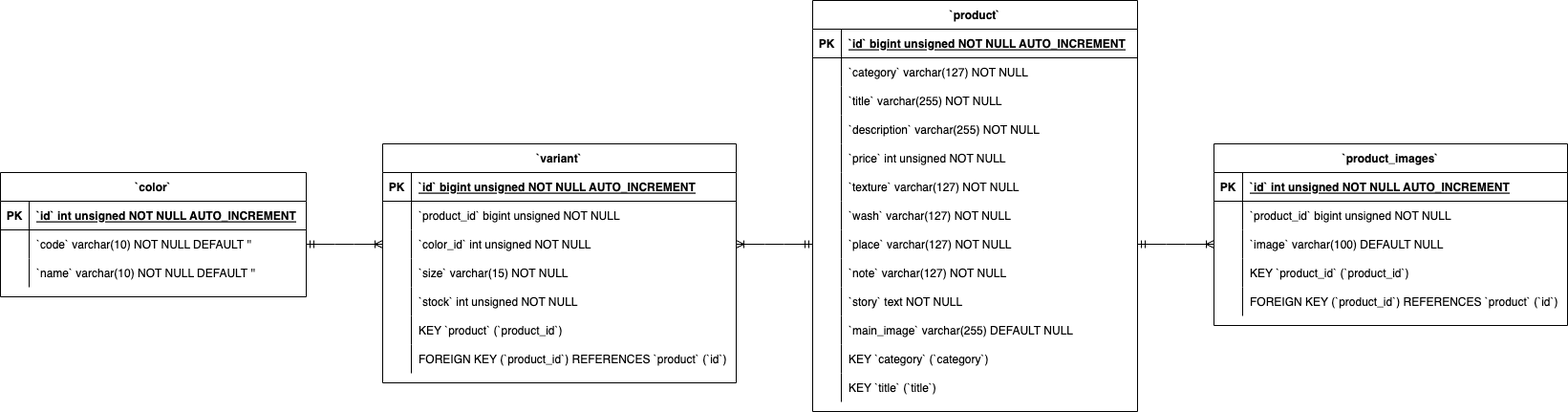
Above: week_4/part-2/ERD_Assignment.png in hokkaidobest/Automation_Test_Side_Project (draw.io), before the change. Source tidied: cells renumbered, new cells last; positions are measured from the earlier drawing's top-left corner, leaving out a move shared by most shapes.
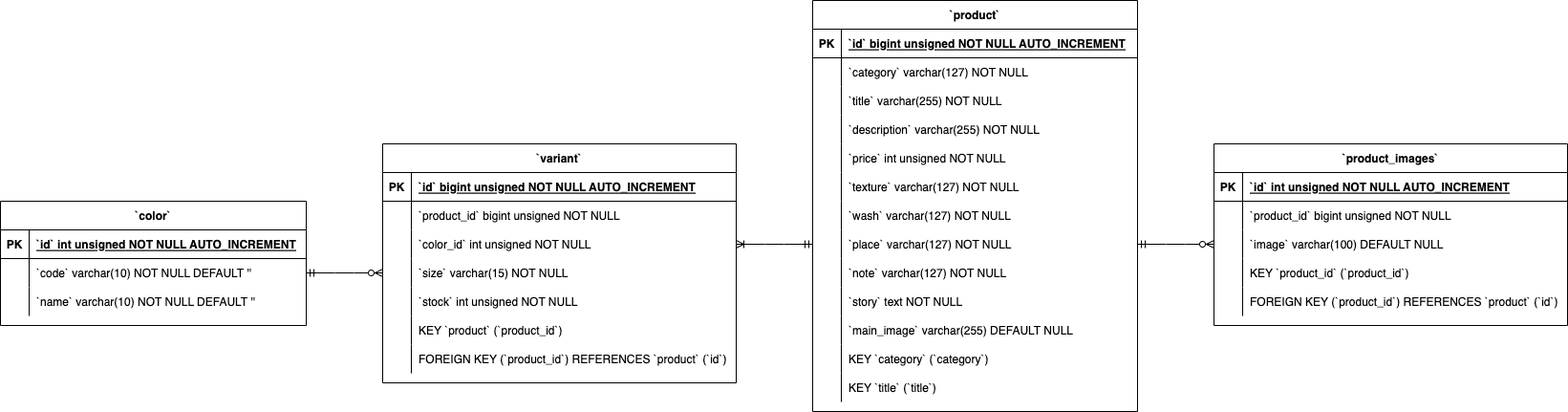
After the change.

The edit, as a diff of the source:
```diff
@@ -123,7 +123,7 @@
       <mxGeometry x="30" width="310" height="30" as="geometry" />
     </mxCell>
     <mxCell id="42" value="`color`" style="shape=table;startSize=30;rowLines=0;fontStyle=1;align=center;" parent="1" vertex="1">
-      <mxGeometry y="180" width="320" height="130" as="geometry" />
+      <mxGeometry y="210" width="320" height="130" as="geometry" />
     </mxCell>
     <mxCell id="43" style="shape=tableRow;horizontal=0;startSize=0;swimlaneHead=0;swimlaneBody=0;fillColor=none;top=0;left=0;right=0;bottom=1;" parent="42" vertex="1">
       <mxGeometry y="30" width="320" height="30" as="geometry" />
@@ -266,14 +266,14 @@
     <mxCell id="89" value="FOREIGN KEY (`product_id`) REFERENCES `product` (`id`)" style="shape=partialRectangle;overflow=hidden;fillColor=none;align=left;top=0;left=0;bottom=0;right=0;spacingLeft=6;" parent="87" vertex="1">
       <mxGeometry x="30" width="340" height="30" as="geometry" />
     </mxCell>
+    <mxCell id="91" style="edgeStyle=entityRelationEdgeStyle;fontSize=12;html=1;endArrow=ERoneToMany;startArrow=ERmandOne;rounded=0;entryX=1;entryY=0.5;entryDx=0;entryDy=0;exitX=0;exitY=0.5;exitDx=0;exitDy=0;" parent="1" edge="1" source="24" target="75">
+      <mxGeometry relative="1" as="geometry" />
+    </mxCell>
+    <mxCell id="93" style="edgeStyle=entityRelationEdgeStyle;fontSize=12;html=1;endArrow=ERzeroToMany;startArrow=ERmandOne;rounded=0;entryX=0;entryY=0.5;entryDx=0;entryDy=0;exitX=1;exitY=0.5;exitDx=0;exitDy=0;" parent="1" edge="1" source="46" target="78">
+      <mxGeometry relative="1" as="geometry" />
+    </mxCell>
-    <mxCell id="90" style="edgeStyle=entityRelationEdgeStyle;fontSize=12;html=1;endArrow=ERoneToMany;startArrow=ERmandOne;rounded=0;entryX=0;entryY=0.5;entryDx=0;entryDy=0;exitX=1;exitY=0.5;exitDx=0;exitDy=0;" parent="1" edge="1" source="24" target="59">
+    <mxCell id="90" style="edgeStyle=entityRelationEdgeStyle;fontSize=12;html=1;endArrow=ERzeroToMany;startArrow=ERmandOne;rounded=0;entryX=0;entryY=0.5;entryDx=0;entryDy=0;exitX=1;exitY=0.5;exitDx=0;exitDy=0;" parent="1" edge="1" source="24" target="59">
       <mxGeometry relative="1" as="geometry" />
     </mxCell>
-    <mxCell id="91" style="edgeStyle=entityRelationEdgeStyle;fontSize=12;html=1;endArrow=ERoneToMany;startArrow=ERmandOne;rounded=0;entryX=1;entryY=0.5;entryDx=0;entryDy=0;exitX=0;exitY=0.5;exitDx=0;exitDy=0;" parent="1" edge="1" source="24" target="75">
-      <mxGeometry relative="1" as="geometry" />
-    </mxCell>
-    <mxCell id="92" style="edgeStyle=entityRelationEdgeStyle;fontSize=12;html=1;endArrow=ERoneToMany;startArrow=ERmandOne;rounded=0;entryX=0;entryY=0.5;entryDx=0;entryDy=0;exitX=1;exitY=0.5;exitDx=0;exitDy=0;" parent="1" edge="1" source="46" target="75">
-      <mxGeometry relative="1" as="geometry" />
-    </mxCell>
   </root>
 </mxGraphModel>
```
